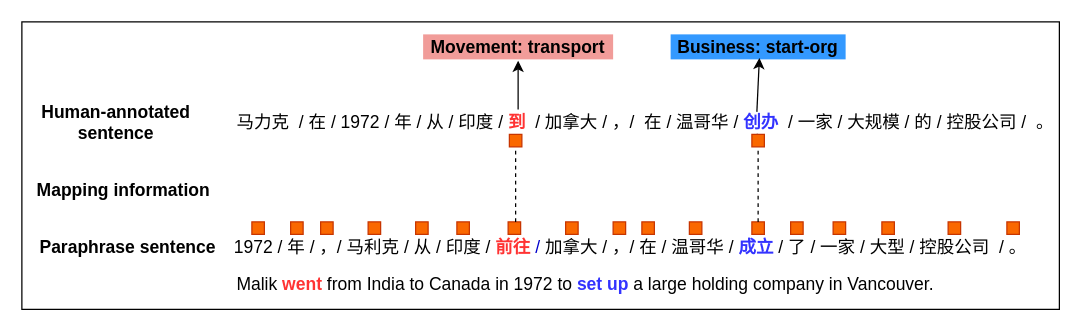
Above: alignmeng.drawio in gitofding/first_repository (draw.io), before the change. Source tidied: cells renumbered, new cells numbered last; positions are measured from the earlier drawing's top-left corner, leaving out a move shared by most shapes. Both pictures are drawn from the tidied source at 125%, with x=0, y=0 at pixel (21, 21).
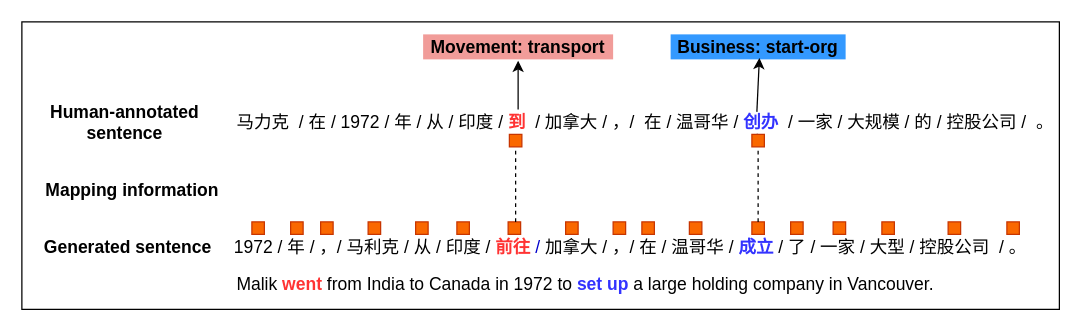
Above is the later version.

Change to the diagram source:
```diff
@@
-    <mxCell id="5" value="&lt;b&gt;&lt;font style=&quot;font-size: 14px&quot;&gt;Paraphrase sentence&lt;/font&gt;&lt;/b&gt;" style="text;html=1;strokeColor=none;fillColor=none;align=center;verticalAlign=middle;whiteSpace=wrap;rounded=0;" parent="1" vertex="1">
+    <mxCell id="5" value="&lt;b&gt;&lt;font style=&quot;font-size: 14px&quot;&gt;Generated sentence&lt;/font&gt;&lt;/b&gt;" style="text;html=1;strokeColor=none;fillColor=none;align=center;verticalAlign=middle;whiteSpace=wrap;rounded=0;" parent="1" vertex="1">
       <mxGeometry x="10" y="170" width="149.8" height="20" as="geometry" />
     </mxCell>
     <mxCell id="6" value="&lt;b&gt;&lt;font style=&quot;font-size: 14px&quot;&gt;Mapping information&lt;/font&gt;&lt;/b&gt;" style="text;html=1;strokeColor=none;fillColor=none;align=center;verticalAlign=middle;whiteSpace=wrap;rounded=0;" parent="1" vertex="1">
-      <mxGeometry x="10" y="124.5" width="143" height="20" as="geometry" />
+      <mxGeometry x="16.8" y="125" width="143" height="20" as="geometry" />
     </mxCell>
     <mxCell id="7" value="&lt;span style=&quot;font-size: 14px&quot;&gt;&lt;b&gt;Human-annotated sentence&lt;/b&gt;&lt;/span&gt;" style="text;html=1;strokeColor=none;fillColor=none;align=center;verticalAlign=middle;whiteSpace=wrap;rounded=0;" parent="1" vertex="1">
-      <mxGeometry x="10" y="70" width="130.8" height="20" as="geometry" />
+      <mxGeometry x="16.8" y="70" width="130.8" height="20" as="geometry" />
     </mxCell>
```
